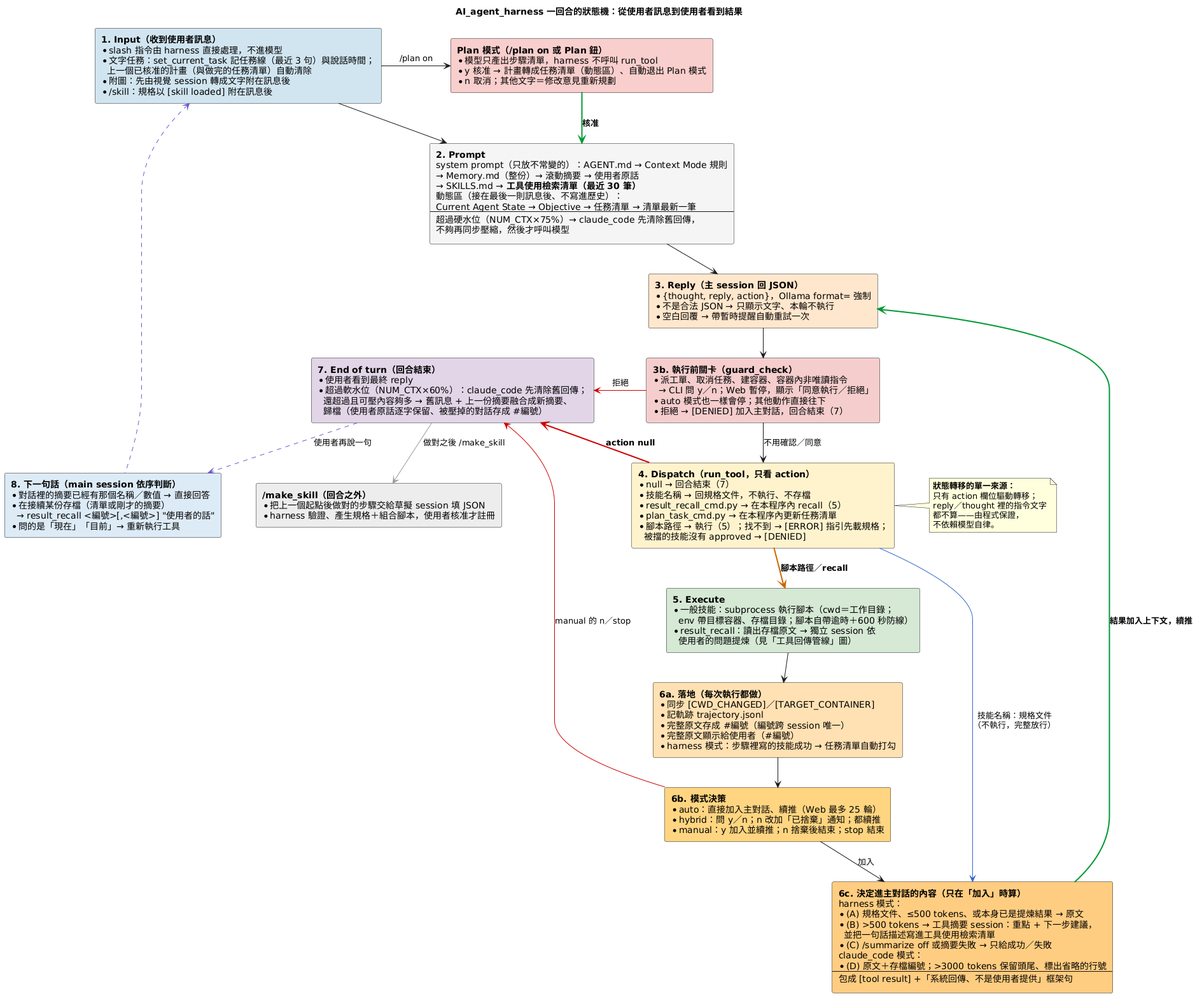
Earlier version of the PlantUML export doc/images/AI_agent_harness的狀態轉移.png (DavidZox/AI_agent_harness).
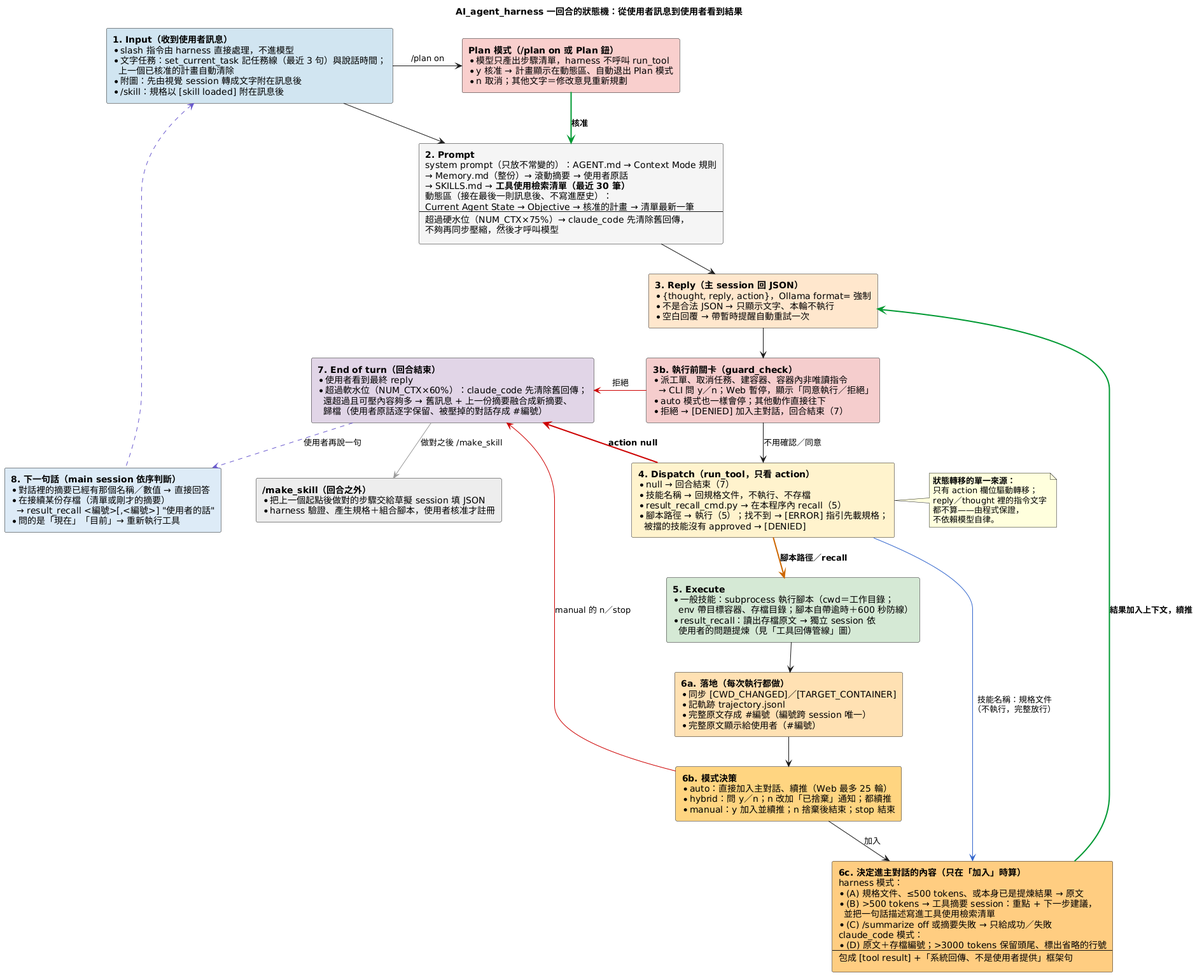
The same diagram one commit later.

What changed in the source:
```diff
@@ -11,7 +11,7 @@
   **1. Input（收到使用者訊息）**
   * slash 指令由 harness 直接處理，不進模型
   * 文字任務：set_current_task 記任務線（最近 3 句）與說話時間；
-    上一個已核准的計畫（與做完的任務清單）自動清除
+    上一個已核准的計畫自動清除
   * 附圖：先由視覺 session 轉成文字附在訊息後
   * /skill：規格以 [skill loaded] 附在訊息後
 ]
@@ -22,7 +22,7 @@
   → Memory.md（整份）→ 滾動摘要 → 使用者原話
   → SKILLS.md → **工具使用檢索清單（最近 30 筆）**
   動態區（接在最後一則訊息後、不寫進歷史）：
-  Current Agent State → Objective → 任務清單 → 清單最新一筆
+  Current Agent State → Objective → 核准的計畫 → 清單最新一筆
   ----
   超過硬水位（NUM_CTX×75%）→ claude_code 先清除舊回傳，
   不夠再同步壓縮，然後才呼叫模型
@@ -48,7 +48,6 @@
   * null → 回合結束（7）
   * 技能名稱 → 回規格文件，不執行、不存檔
   * result_recall_cmd.py → 在本程序內 recall（5）
-  * plan_task_cmd.py → 在本程序內更新任務清單
   * 腳本路徑 → 執行（5）；找不到 → [ERROR] 指引先載規格；
     被擋的技能沒有 approved → [DENIED]
 ]
@@ -67,7 +66,6 @@
   * 記軌跡 trajectory.jsonl
   * 完整原文存成 #編號（編號跨 session 唯一）
   * 完整原文顯示給使用者（#編號）
-  * harness 模式：步驟裡寫的技能成功 → 任務清單自動打勾
 ]
 
 rectangle State6b #FFD580 [
@@ -109,7 +107,7 @@
 rectangle StatePlan #F8CECC [
   **Plan 模式（/plan on 或 Plan 鈕）**
   * 模型只產出步驟清單，harness 不呼叫 run_tool
-  * y 核准 → 計畫轉成任務清單（動態區）、自動退出 Plan 模式
+  * y 核准 → 計畫顯示在動態區、自動退出 Plan 模式
   * n 取消；其他文字＝修改意見重新規劃
 ]
 
```
